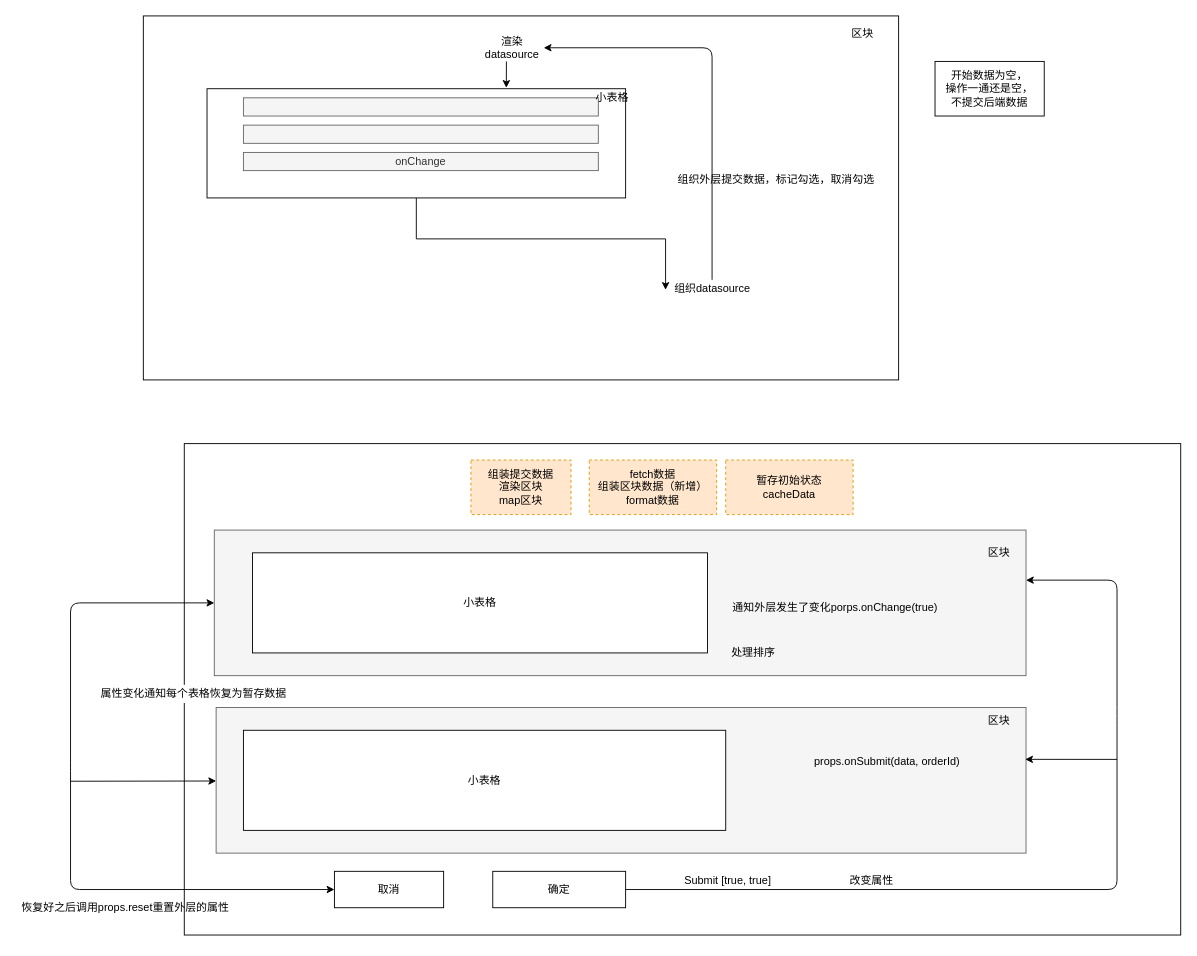
This is Untitled Diagram.drawio from littlelady2015/yctea, a draw.io file, before an edit. Source tidied: cells renumbered, new cells numbered last; positions are measured from the earlier drawing's top-left corner, leaving out a move shared by most shapes. Both pictures are drawn from the tidied source at 91%, with x=0, y=0 at pixel (15, 15).
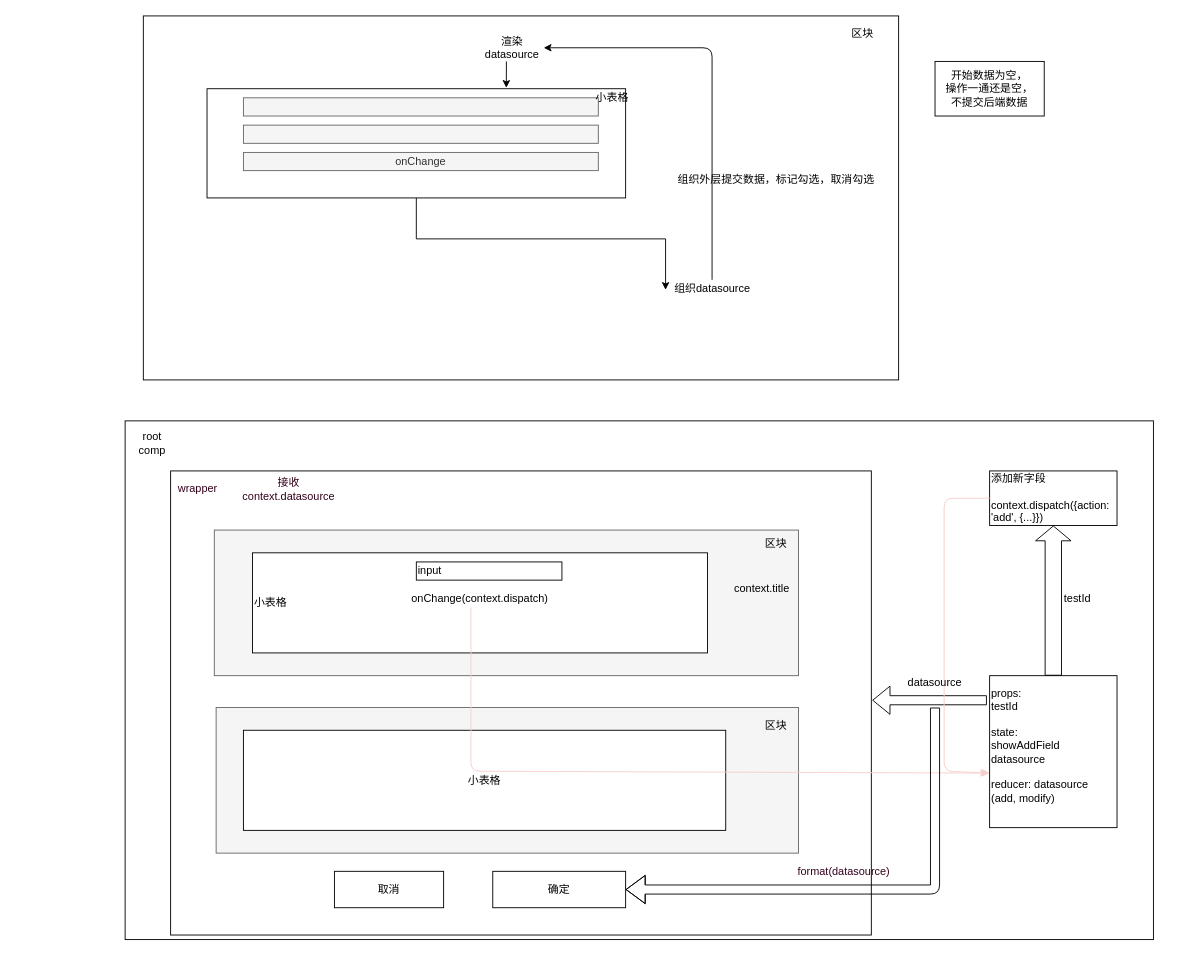
The same diagram, later.

The change refers to these unchanged cells:
```xml
<mxCell id="18" value="取消" style="rounded=0;whiteSpace=wrap;html=1;" parent="1" vertex="1">
  <mxGeometry x="350" y="940" width="120" height="40" as="geometry" />
</mxCell>
<mxCell id="19" value="确定" style="rounded=0;whiteSpace=wrap;html=1;" parent="1" vertex="1">
  <mxGeometry x="524" y="940" width="146" height="40" as="geometry" />
</mxCell>
```

Change to the diagram source:
```diff
@@
+    <mxCell id="39" style="rounded=0;whiteSpace=wrap;html=1;align=left;" parent="1" vertex="1">
+      <mxGeometry x="120" y="445" width="1130" height="570" as="geometry" />
+    </mxCell>
@@
     <mxCell id="13" style="rounded=0;whiteSpace=wrap;html=1;" parent="1" vertex="1">
-      <mxGeometry x="185" y="470" width="1095" height="540" as="geometry" />
+      <mxGeometry x="170" y="500" width="770" height="510" as="geometry" />
     </mxCell>
     <mxCell id="14" style="rounded=0;whiteSpace=wrap;html=1;fillColor=#f5f5f5;strokeColor=#666666;fontColor=#333333;" parent="1" vertex="1">
-      <mxGeometry x="218" y="565" width="892" height="160" as="geometry" />
+      <mxGeometry x="218" y="565" width="642" height="160" as="geometry" />
     </mxCell>
     <mxCell id="15" style="rounded=0;whiteSpace=wrap;html=1;fillColor=#f5f5f5;strokeColor=#666666;fontColor=#333333;" parent="1" vertex="1">
-      <mxGeometry x="220" y="760" width="890" height="160" as="geometry" />
+      <mxGeometry x="220" y="760" width="640" height="160" as="geometry" />
     </mxCell>
-    <mxCell id="16" value="小表格" style="rounded=0;whiteSpace=wrap;html=1;" parent="1" vertex="1">
+    <mxCell id="16" value="小表格" style="rounded=0;whiteSpace=wrap;html=1;align=left;" parent="1" vertex="1">
       <mxGeometry x="260" y="590" width="500" height="110" as="geometry" />
     </mxCell>
     <mxCell id="17" value="区块" style="text;html=1;align=center;verticalAlign=middle;strokeColor=none;" parent="1" vertex="1">
-      <mxGeometry x="1060" y="580" width="40" height="20" as="geometry" />
+      <mxGeometry x="815" y="570" width="40" height="20" as="geometry" />
     </mxCell>
@@
     <mxCell id="21" value="区块" style="text;html=1;align=center;verticalAlign=middle;strokeColor=none;" parent="1" vertex="1">
-      <mxGeometry x="1060" y="765" width="40" height="20" as="geometry" />
+      <mxGeometry x="815" y="770" width="40" height="20" as="geometry" />
     </mxCell>
-    <mxCell id="22" style="endArrow=classic;startArrow=classic;html=1;entryX=0;entryY=0.5;entryDx=0;entryDy=0;" parent="1" edge="1" source="14" target="18">
-      <mxGeometry relative="1" as="geometry">
-        <Array as="points">
-          <mxPoint x="60" y="645" />
-          <mxPoint x="60" y="820" />
-          <mxPoint x="60" y="960" />
-        </Array>
-      </mxGeometry>
-    </mxCell>
-    <mxCell id="23" value="属性变化通知每个表格恢复为暂存数据" style="text;html=1;align=center;verticalAlign=middle;strokeColor=none;fillColor=#ffffff;" parent="1" vertex="1">
-      <mxGeometry x="85" y="735" width="220" height="20" as="geometry" />
-    </mxCell>
-    <mxCell id="24" style="endArrow=classic;html=1;" parent="1" edge="1" target="15">
-      <mxGeometry relative="1" as="geometry">
-        <mxPoint x="60" y="841" as="sourcePoint" />
-      </mxGeometry>
-    </mxCell>
-    <mxCell id="25" value="处理排序" style="text;html=1;align=center;verticalAlign=middle;strokeColor=none;" parent="1" vertex="1">
-      <mxGeometry x="780" y="690" width="60" height="20" as="geometry" />
-    </mxCell>
-    <mxCell id="26" value="通知外层发生了变化porps.onChange(true)" style="text;html=1;align=center;verticalAlign=middle;strokeColor=none;" parent="1" vertex="1">
-      <mxGeometry x="780" y="640" width="240" height="20" as="geometry" />
-    </mxCell>
@@
-    <mxCell id="30" value="恢复好之后调用props.reset重置外层的属性" style="text;html=1;align=center;verticalAlign=middle;strokeColor=none;" parent="1" vertex="1">
-      <mxGeometry y="970" width="240" height="20" as="geometry" />
-    </mxCell>
-    <mxCell id="31" style="endArrow=classic;html=1;" parent="1" edge="1">
-      <mxGeometry relative="1" as="geometry">
-        <mxPoint x="670" y="960" as="sourcePoint" />
-        <mxPoint x="1110" y="620" as="targetPoint" />
-        <Array as="points">
-          <mxPoint x="1210" y="960" />
-          <mxPoint x="1210" y="770" />
-          <mxPoint x="1210" y="620" />
-          <mxPoint x="1110" y="620" />
-        </Array>
-      </mxGeometry>
-    </mxCell>
-    <mxCell id="32" style="endArrow=classic;html=1;entryX=0.999;entryY=0.356;entryDx=0;entryDy=0;entryPerimeter=0;" parent="1" edge="1" target="15">
-      <mxGeometry relative="1" as="geometry">
-        <mxPoint x="1210" y="817" as="sourcePoint" />
-      </mxGeometry>
-    </mxCell>
-    <mxCell id="33" value="Submit [true, true]" style="text;html=1;align=center;verticalAlign=middle;strokeColor=none;" parent="1" vertex="1">
-      <mxGeometry x="727" y="940" width="110" height="20" as="geometry" />
-    </mxCell>
-    <mxCell id="34" value="改变属性" style="text;html=1;align=center;verticalAlign=middle;strokeColor=none;" parent="1" vertex="1">
-      <mxGeometry x="910" y="940" width="60" height="20" as="geometry" />
-    </mxCell>
-    <mxCell id="35" value="props.onSubmit(data, orderId)" style="text;html=1;align=center;verticalAlign=middle;strokeColor=none;" parent="1" vertex="1">
-      <mxGeometry x="867" y="810" width="180" height="20" as="geometry" />
-    </mxCell>
-    <mxCell id="36" value="组装提交数据&lt;br&gt;&lt;span&gt;渲染区块&lt;br&gt;map区块&lt;/span&gt;" style="rounded=0;whiteSpace=wrap;html=1;dashed=1;fillColor=#ffe6cc;strokeColor=#d79b00;" parent="1" vertex="1">
-      <mxGeometry x="500" y="488" width="110" height="60" as="geometry" />
-    </mxCell>
-    <mxCell id="37" value="fetch数据&lt;br&gt;组装区块数据（新增）&lt;br&gt;format数据" style="rounded=0;whiteSpace=wrap;html=1;dashed=1;fillColor=#ffe6cc;strokeColor=#d79b00;" parent="1" vertex="1">
-      <mxGeometry x="630" y="488" width="140" height="60" as="geometry" />
-    </mxCell>
-    <mxCell id="38" value="暂存初始状态&lt;br&gt;cacheData" style="rounded=0;whiteSpace=wrap;html=1;dashed=1;fillColor=#ffe6cc;strokeColor=#d79b00;" parent="1" vertex="1">
-      <mxGeometry x="780" y="488" width="140" height="60" as="geometry" />
-    </mxCell>
+    <mxCell id="40" value="props:&lt;br&gt;testId&lt;br&gt;&lt;br&gt;state:&lt;br&gt;showAddField&lt;br&gt;datasource&lt;br&gt;&lt;br&gt;&lt;span style=&quot;text-align: center&quot;&gt;reducer: datasource&lt;br&gt;&lt;/span&gt;(add, modify)&lt;br&gt;&lt;div&gt;&lt;br&gt;&lt;/div&gt;" style="text;html=1;fillColor=none;align=left;verticalAlign=middle;whiteSpace=wrap;rounded=0;strokeColor=#000000;" parent="1" vertex="1">
+      <mxGeometry x="1070" y="725" width="140" height="167" as="geometry" />
+    </mxCell>
+    <mxCell id="41" value="添加新字段&lt;br&gt;&lt;br&gt;context.dispatch({action: 'add', {...}})" style="rounded=0;whiteSpace=wrap;html=1;align=left;" parent="1" vertex="1">
+      <mxGeometry x="1070" y="500" width="140" height="60" as="geometry" />
+    </mxCell>
+    <mxCell id="42" value="context.title" style="text;html=1;strokeColor=none;fillColor=none;align=center;verticalAlign=middle;whiteSpace=wrap;rounded=0;" parent="1" vertex="1">
+      <mxGeometry x="800" y="620" width="40" height="20" as="geometry" />
+    </mxCell>
+    <mxCell id="43" value="input" style="rounded=0;whiteSpace=wrap;html=1;align=left;" parent="1" vertex="1">
+      <mxGeometry x="440" y="600" width="160" height="20" as="geometry" />
+    </mxCell>
+    <mxCell id="44" value="onChange(context.dispatch)" style="text;html=1;strokeColor=none;fillColor=none;align=center;verticalAlign=middle;whiteSpace=wrap;rounded=0;" parent="1" vertex="1">
+      <mxGeometry x="490" y="630" width="40" height="20" as="geometry" />
+    </mxCell>
+    <mxCell id="45" value="root comp" style="text;html=1;strokeColor=none;fillColor=none;align=center;verticalAlign=middle;whiteSpace=wrap;rounded=0;" parent="1" vertex="1">
+      <mxGeometry x="130" y="460" width="40" height="20" as="geometry" />
+    </mxCell>
+    <mxCell id="46" style="shape=flexArrow;endArrow=classic;html=1;width=18;endSize=5.09;entryX=0.5;entryY=1;entryDx=0;entryDy=0;exitX=0.5;exitY=0;exitDx=0;exitDy=0;" parent="1" edge="1" source="40" target="41">
+      <mxGeometry relative="1" as="geometry" />
+    </mxCell>
+    <mxCell id="47" style="shape=flexArrow;endArrow=classic;html=1;" parent="1" edge="1">
+      <mxGeometry relative="1" as="geometry">
+        <mxPoint x="1067" y="752" as="sourcePoint" />
+        <mxPoint x="941" y="752" as="targetPoint" />
+      </mxGeometry>
+    </mxCell>
+    <mxCell id="48" style="endArrow=classic;html=1;exitX=0.25;exitY=1;exitDx=0;exitDy=0;entryX=-0.014;entryY=0.641;entryDx=0;entryDy=0;fontColor=#E1D5E7;strokeColor=#F8CECC;entryPerimeter=0;" parent="1" edge="1" source="44" target="40">
+      <mxGeometry relative="1" as="geometry">
+        <Array as="points">
+          <mxPoint x="500" y="830" />
+        </Array>
+      </mxGeometry>
+    </mxCell>
+    <mxCell id="49" style="endArrow=classic;html=1;fontColor=#E1D5E7;strokeColor=#F8CECC;exitX=0;exitY=0.5;exitDx=0;exitDy=0;entryX=0;entryY=0.641;entryDx=0;entryDy=0;entryPerimeter=0;" parent="1" edge="1" source="41" target="40">
+      <mxGeometry relative="1" as="geometry">
+        <Array as="points">
+          <mxPoint x="1020" y="530" />
+          <mxPoint x="1020" y="830" />
+        </Array>
+      </mxGeometry>
+    </mxCell>
+    <mxCell id="50" value="&lt;span style=&quot;color: rgb(0 , 0 , 0) ; text-align: left&quot;&gt;datasource&lt;/span&gt;" style="text;html=1;strokeColor=none;fillColor=none;align=center;verticalAlign=middle;whiteSpace=wrap;rounded=0;fontColor=#E1D5E7;" parent="1" vertex="1">
+      <mxGeometry x="990" y="723" width="40" height="20" as="geometry" />
+    </mxCell>
+    <mxCell id="51" value="&lt;span style=&quot;color: rgb(0 , 0 , 0)&quot;&gt;testId&lt;br&gt;&lt;/span&gt;" style="text;html=1;strokeColor=none;fillColor=none;align=left;verticalAlign=middle;whiteSpace=wrap;rounded=0;fontColor=#E1D5E7;" parent="1" vertex="1">
+      <mxGeometry x="1150" y="630" width="40" height="20" as="geometry" />
+    </mxCell>
+    <mxCell id="52" value="wrapper" style="text;html=1;strokeColor=none;fillColor=none;align=center;verticalAlign=middle;whiteSpace=wrap;rounded=0;fontColor=#33001A;" parent="1" vertex="1">
+      <mxGeometry x="180" y="510" width="40" height="20" as="geometry" />
+    </mxCell>
+    <mxCell id="53" value="接收context.datasource" style="text;html=1;strokeColor=none;fillColor=none;align=center;verticalAlign=middle;whiteSpace=wrap;rounded=0;fontColor=#33001A;" parent="1" vertex="1">
+      <mxGeometry x="280" y="510" width="40" height="20" as="geometry" />
+    </mxCell>
+    <mxCell id="54" style="shape=flexArrow;endArrow=classic;html=1;width=10;endSize=6.67;entryX=1;entryY=0.5;entryDx=0;entryDy=0;" parent="1" edge="1" target="19">
+      <mxGeometry relative="1" as="geometry">
+        <mxPoint x="1010" y="760" as="sourcePoint" />
+        <Array as="points">
+          <mxPoint x="1010" y="960" />
+        </Array>
+      </mxGeometry>
+    </mxCell>
+    <mxCell id="55" value="format(datasource)" style="text;html=1;strokeColor=none;fillColor=none;align=center;verticalAlign=middle;whiteSpace=wrap;rounded=0;fontColor=#33001A;" parent="1" vertex="1">
+      <mxGeometry x="890" y="930" width="40" height="20" as="geometry" />
+    </mxCell>
```
